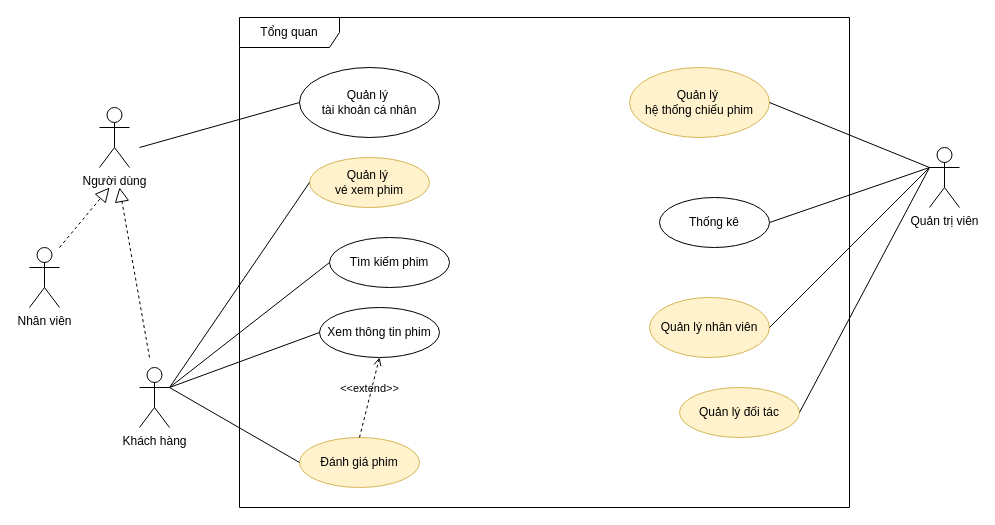
dvhAoU1374/IT3120-PTTKHT keeps this draw.io diagram as Use Case Diagram/xml/Tổng-Quan.drawio. Above is the earlier version. Source tidied: cells renumbered, new cells numbered last; positions are measured from the earlier drawing's top-left corner, leaving out a move shared by most shapes. Both pictures are drawn from the tidied source at 100%, with x=0, y=0 at pixel (29, 17).
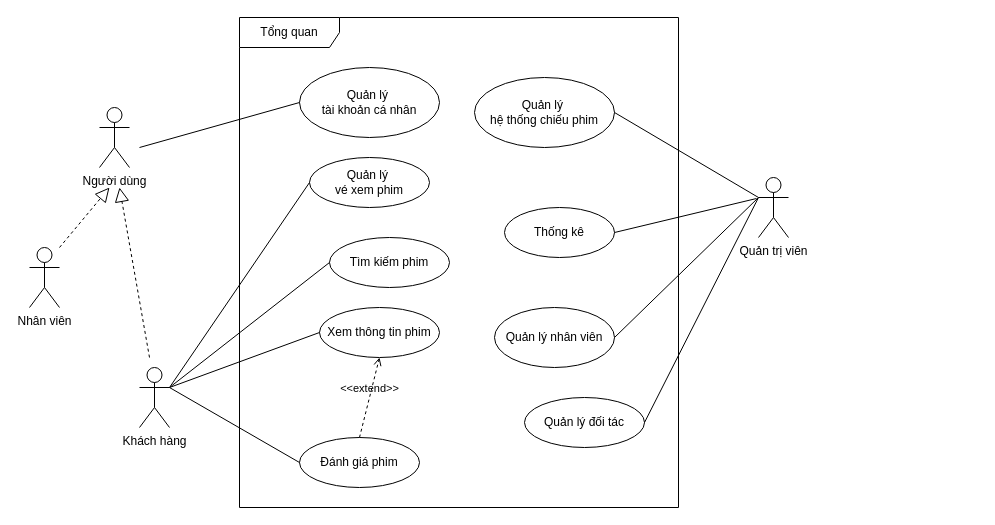
Above is the later version.

Change to the diagram source:
```diff
@@
     <mxCell id="2" value="Tổng quan" style="shape=umlFrame;whiteSpace=wrap;html=1;width=100;height=30;" parent="1" vertex="1">
-      <mxGeometry x="210" width="610" height="490" as="geometry" />
+      <mxGeometry x="210" width="439" height="490" as="geometry" />
     </mxCell>
@@
-    <mxCell id="4" value="Quản lý&amp;nbsp;&lt;div&gt;vé xem phim&lt;/div&gt;" style="ellipse;whiteSpace=wrap;html=1;fillColor=#fff2cc;strokeColor=#d6b656;" parent="2" vertex="1">
+    <mxCell id="4" value="Quản lý&amp;nbsp;&lt;div&gt;vé xem phim&lt;/div&gt;" style="ellipse;whiteSpace=wrap;html=1;" parent="2" vertex="1">
       <mxGeometry x="70" y="140" width="120" height="50" as="geometry" />
     </mxCell>
@@
-    <mxCell id="7" value="Đánh giá phim" style="ellipse;whiteSpace=wrap;html=1;fillColor=#fff2cc;strokeColor=#d6b656;" parent="2" vertex="1">
+    <mxCell id="7" value="Đánh giá phim" style="ellipse;whiteSpace=wrap;html=1;" parent="2" vertex="1">
       <mxGeometry x="60" y="420" width="120" height="50" as="geometry" />
     </mxCell>
@@
-    <mxCell id="9" value="Quản lý&amp;nbsp;&lt;div&gt;hệ thống chiếu phim&lt;/div&gt;" style="ellipse;whiteSpace=wrap;html=1;fillColor=#fff2cc;strokeColor=#d6b656;" parent="2" vertex="1">
-      <mxGeometry x="390" y="50" width="140" height="70" as="geometry" />
+    <mxCell id="9" value="Quản lý&amp;nbsp;&lt;div&gt;hệ thống chiếu phim&lt;/div&gt;" style="ellipse;whiteSpace=wrap;html=1;" parent="2" vertex="1">
+      <mxGeometry x="235" y="60" width="140" height="70" as="geometry" />
     </mxCell>
     <mxCell id="10" value="Thống kê" style="ellipse;whiteSpace=wrap;html=1;" parent="2" vertex="1">
-      <mxGeometry x="420" y="180" width="110" height="50" as="geometry" />
+      <mxGeometry x="265" y="190" width="110" height="50" as="geometry" />
     </mxCell>
-    <mxCell id="11" value="Quản lý nhân viên" style="ellipse;whiteSpace=wrap;html=1;fillColor=#fff2cc;strokeColor=#d6b656;" parent="2" vertex="1">
-      <mxGeometry x="410" y="280" width="120" height="60" as="geometry" />
+    <mxCell id="11" value="Quản lý nhân viên" style="ellipse;whiteSpace=wrap;html=1;" parent="2" vertex="1">
+      <mxGeometry x="255" y="290" width="120" height="60" as="geometry" />
     </mxCell>
-    <mxCell id="12" value="Quản lý đối tác" style="ellipse;whiteSpace=wrap;html=1;fillColor=#fff2cc;strokeColor=#d6b656;" parent="2" vertex="1">
-      <mxGeometry x="440" y="370" width="120" height="50" as="geometry" />
+    <mxCell id="12" value="Quản lý đối tác" style="ellipse;whiteSpace=wrap;html=1;" parent="2" vertex="1">
+      <mxGeometry x="285" y="380" width="120" height="50" as="geometry" />
     </mxCell>
@@
-    <mxCell id="23" value="Quản trị viên" style="shape=umlActor;verticalLabelPosition=bottom;verticalAlign=top;html=1;" parent="1" vertex="1">
-      <mxGeometry x="900" y="130" width="30" height="60" as="geometry" />
-    </mxCell>
@@
     <mxCell id="25" style="endArrow=none;html=1;rounded=0;entryX=1;entryY=0.5;entryDx=0;entryDy=0;" parent="1" edge="1" target="10">
       <mxGeometry relative="1" as="geometry">
-        <mxPoint x="900" y="150" as="sourcePoint" />
+        <mxPoint x="727" y="181" as="sourcePoint" />
       </mxGeometry>
     </mxCell>
@@
+    <mxCell id="23" value="Quản trị viên" style="shape=umlActor;verticalLabelPosition=bottom;verticalAlign=top;html=1;" parent="1" vertex="1">
+      <mxGeometry x="729" y="160" width="30" height="60" as="geometry" />
+    </mxCell>
```
